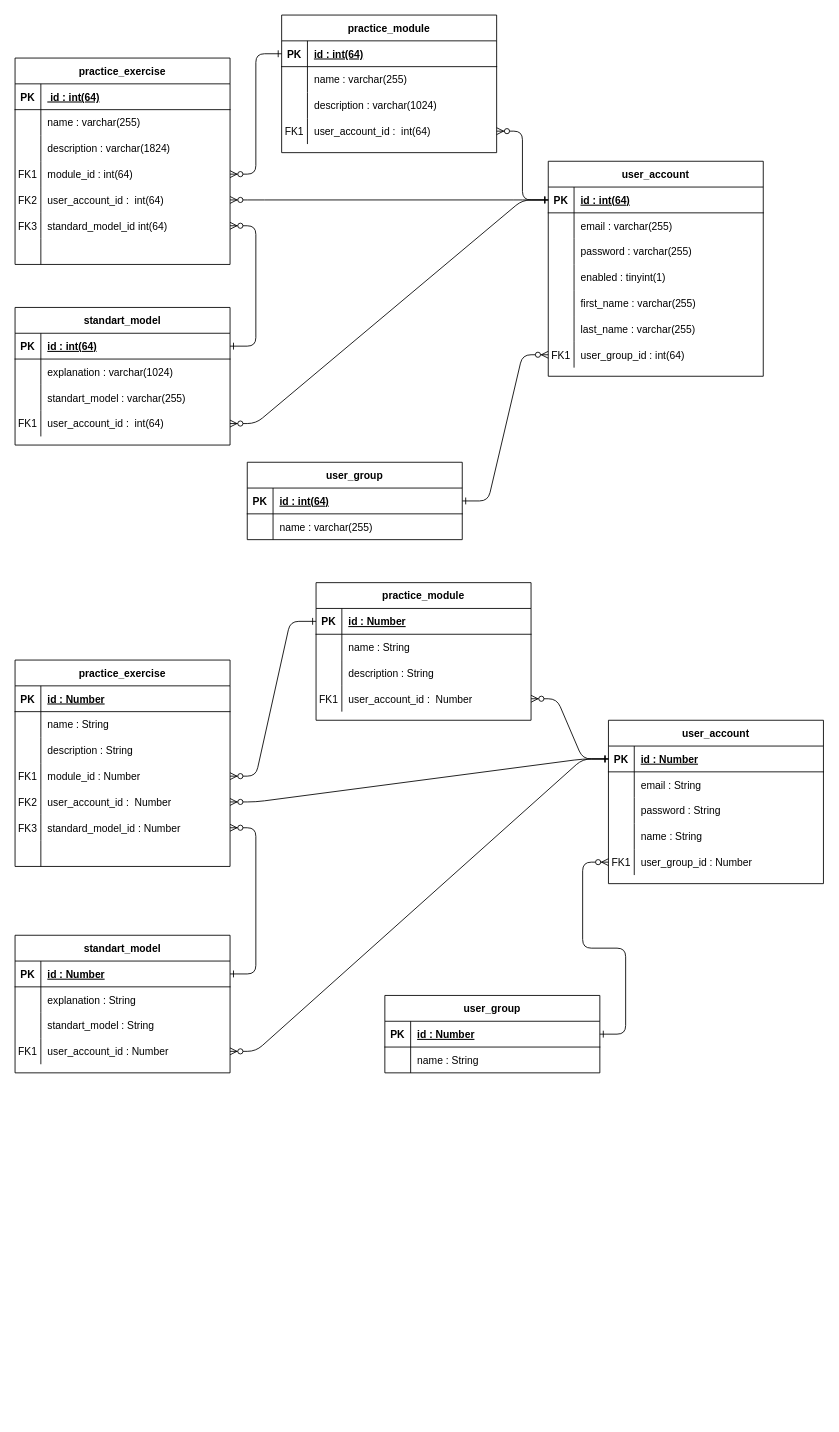
This is appz.drawio from SashaKostynian/Diagrams, a draw.io file, before an edit. Source tidied: cells renumbered, new cells numbered last; positions are measured from the earlier drawing's top-left corner, leaving out a move shared by most shapes. Both pictures are drawn from the tidied source at 86%, with x=0, y=0 at pixel (15, 15).
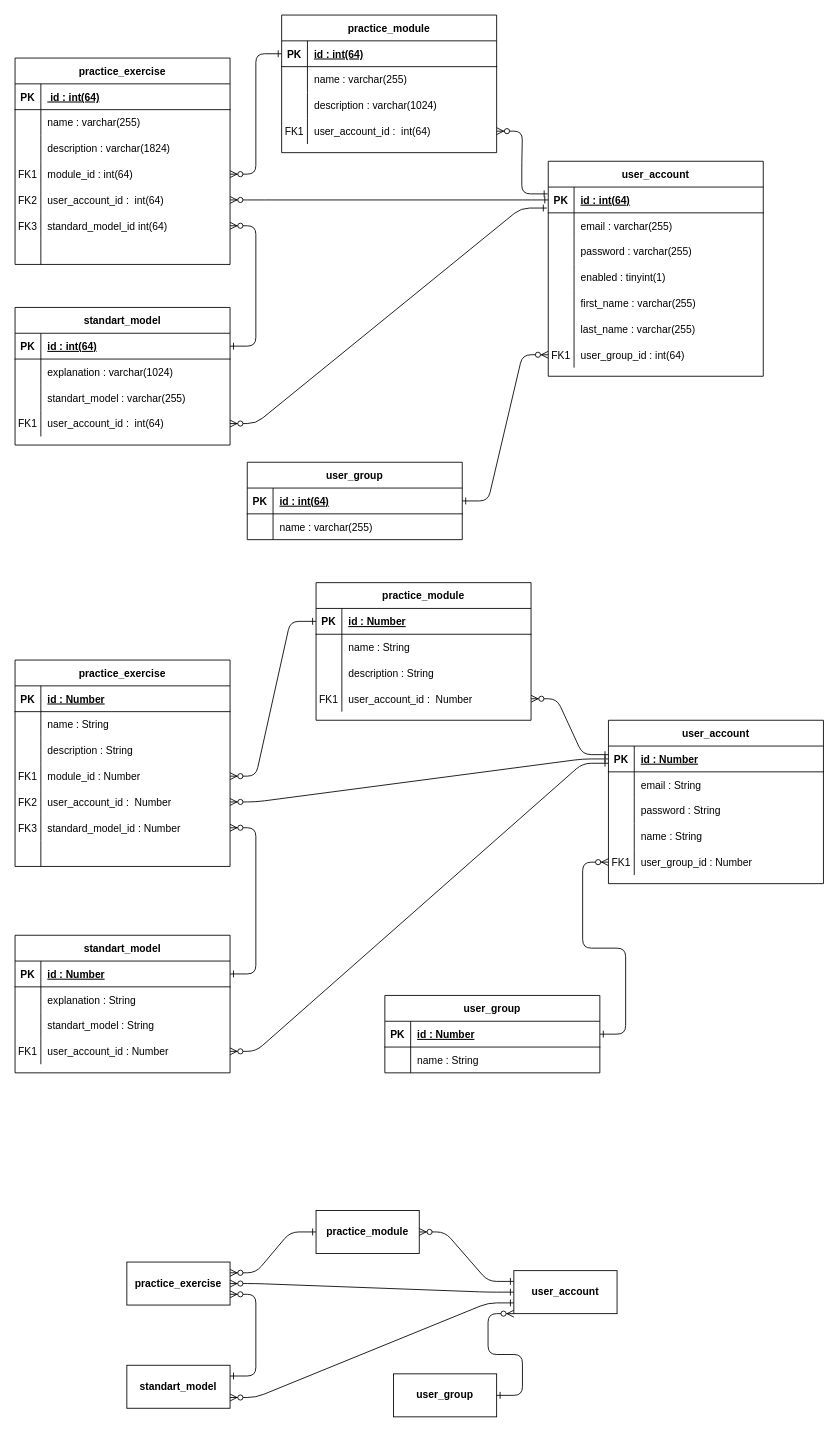
Above is the later version.

The change refers to these unchanged cells:
```xml
<mxCell id="13" style="shape=partialRectangle;fillColor=none;points=[[0,0.5],[1,0.5]];portConstraint=eastwest;top=0;left=0;right=0;bottom=0;" parent="3" vertex="1">
  <mxGeometry y="120" width="250" height="30" as="geometry" />
</mxCell>
<mxCell id="26" style="shape=partialRectangle;fillColor=none;points=[[0,0.5],[1,0.5]];portConstraint=eastwest;top=0;left=0;right=0;bottom=0;" parent="16" vertex="1">
  <mxGeometry y="120" width="250" height="30" as="geometry" />
</mxCell>
<mxCell id="60" style="shape=partialRectangle;fillColor=none;points=[[0,0.5],[1,0.5]];portConstraint=eastwest;top=0;left=0;right=0;bottom=1;" parent="59" vertex="1">
  <mxGeometry y="30" width="250" height="30" as="geometry" />
</mxCell>
<mxCell id="102" style="shape=partialRectangle;fillColor=none;points=[[0,0.5],[1,0.5]];portConstraint=eastwest;top=0;left=0;right=0;bottom=0;" parent="92" vertex="1">
  <mxGeometry y="120" width="250" height="30" as="geometry" />
</mxCell>
<mxCell id="128" style="shape=partialRectangle;fillColor=none;points=[[0,0.5],[1,0.5]];portConstraint=eastwest;top=0;left=0;right=0;bottom=1;" parent="127" vertex="1">
  <mxGeometry y="30" width="250" height="30" as="geometry" />
</mxCell>
<mxCell id="153" style="shape=partialRectangle;fillColor=none;points=[[0,0.5],[1,0.5]];portConstraint=eastwest;top=0;left=0;right=0;bottom=0;" parent="143" vertex="1">
  <mxGeometry y="120" width="250" height="30" as="geometry" />
</mxCell>
```

The edit, as a diff of the source:
```diff
@@
-    <mxCell id="83" style="edgeStyle=entityRelationEdgeStyle;endArrow=ERzeroToMany;startArrow=ERone;endFill=1;startFill=0;entryX=1;entryY=0.5;entryDx=0;entryDy=0;exitX=0;exitY=0.5;exitDx=0;exitDy=0;" parent="1" edge="1" source="60" target="26">
+    <mxCell id="83" style="edgeStyle=entityRelationEdgeStyle;endArrow=ERzeroToMany;startArrow=ERone;endFill=1;startFill=0;entryX=1;entryY=0.5;entryDx=0;entryDy=0;exitX=-0.007;exitY=0.814;exitDx=0;exitDy=0;exitPerimeter=0;" parent="1" edge="1" source="60" target="26">
       <mxGeometry relative="1" as="geometry" />
     </mxCell>
-    <mxCell id="84" style="edgeStyle=entityRelationEdgeStyle;endArrow=ERzeroToMany;startArrow=ERone;endFill=1;startFill=0;exitX=0;exitY=0.5;exitDx=0;exitDy=0;entryX=1;entryY=0.5;entryDx=0;entryDy=0;" parent="1" edge="1" source="60" target="13">
+    <mxCell id="84" style="edgeStyle=entityRelationEdgeStyle;endArrow=ERzeroToMany;startArrow=ERone;endFill=1;startFill=0;exitX=-0.003;exitY=0.265;exitDx=0;exitDy=0;entryX=1;entryY=0.5;entryDx=0;entryDy=0;exitPerimeter=0;" parent="1" edge="1" source="60" target="13">
       <mxGeometry relative="1" as="geometry" />
     </mxCell>
@@
-    <mxCell id="156" style="edgeStyle=entityRelationEdgeStyle;endArrow=ERzeroToMany;startArrow=ERone;endFill=1;startFill=0;exitX=0;exitY=0.5;exitDx=0;exitDy=0;" parent="1" edge="1" source="128" target="153">
+    <mxCell id="156" style="edgeStyle=entityRelationEdgeStyle;endArrow=ERzeroToMany;startArrow=ERone;endFill=1;startFill=0;exitX=0;exitY=0.333;exitDx=0;exitDy=0;exitPerimeter=0;" parent="1" edge="1" source="128" target="153">
       <mxGeometry relative="1" as="geometry" />
     </mxCell>
-    <mxCell id="157" style="edgeStyle=entityRelationEdgeStyle;endArrow=ERzeroToMany;startArrow=ERone;endFill=1;startFill=0;exitX=0;exitY=0.5;exitDx=0;exitDy=0;entryX=1;entryY=0.5;entryDx=0;entryDy=0;" parent="1" edge="1" source="128" target="102">
+    <mxCell id="157" style="edgeStyle=entityRelationEdgeStyle;endArrow=ERzeroToMany;startArrow=ERone;endFill=1;startFill=0;exitX=0;exitY=0.667;exitDx=0;exitDy=0;entryX=1;entryY=0.5;entryDx=0;entryDy=0;exitPerimeter=0;" parent="1" edge="1" source="128" target="102">
       <mxGeometry relative="1" as="geometry" />
     </mxCell>
@@
+    <mxCell id="162" value="&lt;span style=&quot;font-weight: 700&quot;&gt;practice_exercise&lt;/span&gt;" style="whiteSpace=wrap;html=1;align=center;" parent="1" vertex="1">
+      <mxGeometry x="130" y="1450" width="120" height="50" as="geometry" />
+    </mxCell>
+    <mxCell id="163" value="&lt;span style=&quot;font-weight: 700&quot;&gt;user_group&lt;/span&gt;" style="whiteSpace=wrap;html=1;align=center;" parent="1" vertex="1">
+      <mxGeometry x="440" y="1580" width="120" height="50" as="geometry" />
+    </mxCell>
+    <mxCell id="164" value="&lt;span style=&quot;font-weight: 700&quot;&gt;standart_model&lt;/span&gt;" style="whiteSpace=wrap;html=1;align=center;" parent="1" vertex="1">
+      <mxGeometry x="130" y="1570" width="120" height="50" as="geometry" />
+    </mxCell>
+    <mxCell id="165" value="&lt;span style=&quot;font-weight: 700&quot;&gt;user_account&lt;/span&gt;" style="whiteSpace=wrap;html=1;align=center;" parent="1" vertex="1">
+      <mxGeometry x="580" y="1460" width="120" height="50" as="geometry" />
+    </mxCell>
+    <mxCell id="166" value="&lt;span style=&quot;font-weight: 700&quot;&gt;practice_module&lt;/span&gt;" style="whiteSpace=wrap;html=1;align=center;" parent="1" vertex="1">
+      <mxGeometry x="350" y="1390" width="120" height="50" as="geometry" />
+    </mxCell>
+    <mxCell id="167" style="edgeStyle=entityRelationEdgeStyle;endArrow=ERzeroToMany;startArrow=ERone;endFill=1;startFill=0;exitX=0;exitY=0.75;exitDx=0;exitDy=0;entryX=1;entryY=0.75;entryDx=0;entryDy=0;" parent="1" edge="1" source="165" target="164">
+      <mxGeometry relative="1" as="geometry" />
+    </mxCell>
+    <mxCell id="168" style="edgeStyle=entityRelationEdgeStyle;endArrow=ERzeroToMany;startArrow=ERone;endFill=1;startFill=0;entryX=1;entryY=0.75;entryDx=0;entryDy=0;exitX=1;exitY=0.25;exitDx=0;exitDy=0;" parent="1" edge="1" source="164" target="162">
+      <mxGeometry relative="1" as="geometry" />
+    </mxCell>
+    <mxCell id="169" style="edgeStyle=entityRelationEdgeStyle;endArrow=ERzeroToMany;startArrow=ERone;endFill=1;startFill=0;exitX=1;exitY=0.5;exitDx=0;exitDy=0;entryX=0;entryY=1;entryDx=0;entryDy=0;" parent="1" edge="1" source="163" target="165">
+      <mxGeometry relative="1" as="geometry" />
+    </mxCell>
+    <mxCell id="170" style="edgeStyle=entityRelationEdgeStyle;endArrow=ERzeroToMany;startArrow=ERone;endFill=1;startFill=0;entryX=1;entryY=0.25;entryDx=0;entryDy=0;exitX=0;exitY=0.5;exitDx=0;exitDy=0;" parent="1" edge="1" source="166" target="162">
+      <mxGeometry relative="1" as="geometry" />
+    </mxCell>
+    <mxCell id="171" style="edgeStyle=entityRelationEdgeStyle;endArrow=ERzeroToMany;startArrow=ERone;endFill=1;startFill=0;entryX=1;entryY=0.5;entryDx=0;entryDy=0;exitX=0;exitY=0.25;exitDx=0;exitDy=0;" parent="1" edge="1" source="165" target="166">
+      <mxGeometry relative="1" as="geometry" />
+    </mxCell>
+    <mxCell id="172" style="edgeStyle=entityRelationEdgeStyle;endArrow=ERzeroToMany;startArrow=ERone;endFill=1;startFill=0;exitX=0;exitY=0.5;exitDx=0;exitDy=0;entryX=1;entryY=0.5;entryDx=0;entryDy=0;" parent="1" edge="1" source="165" target="162">
+      <mxGeometry relative="1" as="geometry" />
+    </mxCell>
```
